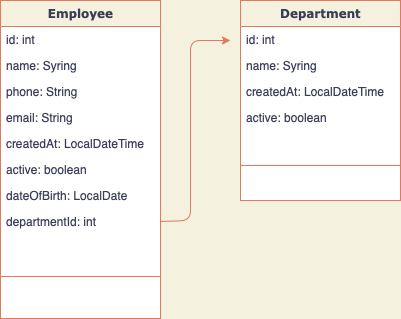
Above: images/EmployeeServiceModel.png in tatianaburii/employee-service (draw.io), before the change. Source tidied: cells renumbered, new cells last; positions are measured from the earlier drawing's top-left corner, leaving out a move shared by most shapes.
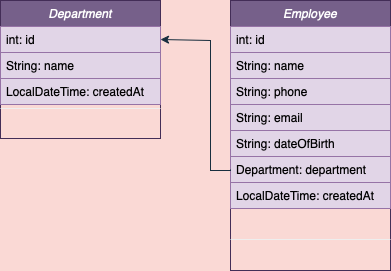
Later version of the same file.

Change to the diagram source:
```diff
@@ -1,63 +1,57 @@
-<mxGraphModel background="#F4F1DE">
+<mxGraphModel background="#FAD9D5">
   <root>
-    <mxCell id="0" />
-    <mxCell id="1" parent="0" />
+    <mxCell id="19" />
+    <mxCell id="20" parent="19" />
-    <mxCell id="2" value="Department" style="swimlane;html=1;fontStyle=1;align=center;verticalAlign=top;horizontal=1;startSize=26;swimlaneFillColor=#ffffff;rounded=0;shadow=0;comic=0;labelBackgroundColor=none;strokeWidth=1;fillColor=none;fontFamily=Verdana;fontSize=12;strokeColor=#E07A5F;fontColor=#393C56;" parent="1" vertex="1">
-      <mxGeometry x="240" width="160" height="200" as="geometry" />
+    <mxCell id="2" value="Department" style="swimlane;fontStyle=2;align=center;verticalAlign=top;horizontal=1;startSize=26;rounded=0;shadow=0;strokeWidth=1;fillColor=#76608a;strokeColor=#432D57;fontColor=#ffffff;" parent="20" vertex="1">
+      <mxGeometry x="70" y="50" width="160" height="138" as="geometry" />
     </mxCell>
-    <mxCell id="3" value="id: int" style="text;html=1;strokeColor=none;fillColor=none;align=left;verticalAlign=top;spacingLeft=4;spacingRight=4;whiteSpace=wrap;overflow=hidden;fontColor=#393C56;" parent="2" vertex="1">
-      <mxGeometry y="26" width="160" height="26" as="geometry" />
-    </mxCell>
-    <mxCell id="4" value="name: Syring" style="text;html=1;strokeColor=none;fillColor=none;align=left;verticalAlign=top;spacingLeft=4;spacingRight=4;whiteSpace=wrap;overflow=hidden;fontColor=#393C56;" parent="2" vertex="1">
-      <mxGeometry y="52" width="160" height="26" as="geometry" />
-    </mxCell>
-    <mxCell id="5" value="createdAt: LocalDateTime" style="text;html=1;strokeColor=none;fillColor=none;align=left;verticalAlign=top;spacingLeft=4;spacingRight=4;whiteSpace=wrap;overflow=hidden;fontColor=#393C56;" parent="2" vertex="1">
-      <mxGeometry y="78" width="160" height="26" as="geometry" />
-    </mxCell>
-    <mxCell id="6" value="active: boolean" style="text;html=1;strokeColor=none;fillColor=none;align=left;verticalAlign=top;spacingLeft=4;spacingRight=4;whiteSpace=wrap;overflow=hidden;fontColor=#393C56;" parent="2" vertex="1">
-      <mxGeometry y="104" width="160" height="26" as="geometry" />
-    </mxCell>
-    <mxCell id="7" style="line;html=1;strokeWidth=1;fillColor=none;align=left;verticalAlign=middle;spacingTop=-1;spacingLeft=3;spacingRight=3;labelPosition=right;labelBackgroundColor=#F4F1DE;strokeColor=#E07A5F;fontColor=#393C56;" parent="2" vertex="1">
-      <mxGeometry y="130" width="160" height="70" as="geometry" />
-    </mxCell>
+    <mxCell id="21" value="int: id" style="text;align=left;verticalAlign=top;spacingLeft=4;spacingRight=4;overflow=hidden;points=[[0,0.5],[1,0.5]];portConstraint=eastwest;rounded=0;fillColor=#e1d5e7;strokeColor=#9673a6;" parent="2" vertex="1">
+      <mxGeometry y="26" width="160" height="26" as="geometry" />
+    </mxCell>
+    <mxCell id="22" value="String: name" style="text;align=left;verticalAlign=top;spacingLeft=4;spacingRight=4;overflow=hidden;rounded=0;shadow=0;html=0;fillColor=#e1d5e7;strokeColor=#9673a6;" parent="2" vertex="1">
+      <mxGeometry y="52" width="160" height="26" as="geometry" />
+    </mxCell>
+    <mxCell id="23" value="LocalDateTime: createdAt" style="text;align=left;verticalAlign=top;spacingLeft=4;spacingRight=4;overflow=hidden;rounded=0;shadow=0;html=0;fillColor=#e1d5e7;strokeColor=#9673a6;" parent="2" vertex="1">
+      <mxGeometry y="78" width="160" height="26" as="geometry" />
+    </mxCell>
+    <mxCell id="24" style="line;html=1;strokeWidth=1;align=left;verticalAlign=middle;spacingTop=-1;spacingLeft=3;spacingRight=3;labelPosition=right;fillColor=#56517E;strokeColor=#EEEEEE;fontColor=#FFFFFF;labelBackgroundColor=#FAD9D5;rounded=0;" parent="2" vertex="1">
+      <mxGeometry y="104" width="160" height="8" as="geometry" />
+    </mxCell>
-    <mxCell id="8" value="Employee" style="swimlane;html=1;fontStyle=1;align=center;verticalAlign=top;horizontal=1;startSize=26;swimlaneFillColor=#ffffff;rounded=0;shadow=0;comic=0;labelBackgroundColor=none;strokeWidth=1;fillColor=none;fontFamily=Verdana;fontSize=12;strokeColor=#E07A5F;fontColor=#393C56;" parent="1" vertex="1">
-      <mxGeometry width="160" height="318" as="geometry" />
+    <mxCell id="8" value="Employee" style="swimlane;fontStyle=2;align=center;verticalAlign=top;horizontal=1;startSize=26;rounded=0;shadow=0;strokeWidth=1;fillColor=#76608a;strokeColor=#432D57;fontColor=#ffffff;" parent="20" vertex="1">
+      <mxGeometry x="300" y="50" width="160" height="270" as="geometry" />
     </mxCell>
-    <mxCell id="9" value="id: int" style="text;html=1;strokeColor=none;fillColor=none;align=left;verticalAlign=top;spacingLeft=4;spacingRight=4;whiteSpace=wrap;overflow=hidden;fontColor=#393C56;" parent="8" vertex="1">
-      <mxGeometry y="26" width="160" height="26" as="geometry" />
-    </mxCell>
-    <mxCell id="10" value="name: Syring" style="text;html=1;strokeColor=none;fillColor=none;align=left;verticalAlign=top;spacingLeft=4;spacingRight=4;whiteSpace=wrap;overflow=hidden;fontColor=#393C56;" parent="8" vertex="1">
-      <mxGeometry y="52" width="160" height="26" as="geometry" />
-    </mxCell>
-    <mxCell id="11" value="phone: String" style="text;html=1;strokeColor=none;fillColor=none;align=left;verticalAlign=top;spacingLeft=4;spacingRight=4;whiteSpace=wrap;overflow=hidden;fontColor=#393C56;" parent="8" vertex="1">
-      <mxGeometry y="78" width="160" height="26" as="geometry" />
-    </mxCell>
-    <mxCell id="12" value="email: String" style="text;html=1;strokeColor=none;fillColor=none;align=left;verticalAlign=top;spacingLeft=4;spacingRight=4;whiteSpace=wrap;overflow=hidden;fontColor=#393C56;" parent="8" vertex="1">
-      <mxGeometry y="104" width="160" height="26" as="geometry" />
-    </mxCell>
-    <mxCell id="13" value="createdAt: LocalDateTime" style="text;html=1;strokeColor=none;fillColor=none;align=left;verticalAlign=top;spacingLeft=4;spacingRight=4;whiteSpace=wrap;overflow=hidden;fontColor=#393C56;" parent="8" vertex="1">
-      <mxGeometry y="130" width="160" height="26" as="geometry" />
-    </mxCell>
-    <mxCell id="14" value="active: boolean" style="text;html=1;strokeColor=none;fillColor=none;align=left;verticalAlign=top;spacingLeft=4;spacingRight=4;whiteSpace=wrap;overflow=hidden;fontColor=#393C56;" parent="8" vertex="1">
-      <mxGeometry y="156" width="160" height="26" as="geometry" />
-    </mxCell>
-    <mxCell id="15" value="dateOfBirth: LocalDate" style="text;html=1;strokeColor=none;fillColor=none;align=left;verticalAlign=top;spacingLeft=4;spacingRight=4;whiteSpace=wrap;overflow=hidden;fontColor=#393C56;" parent="8" vertex="1">
-      <mxGeometry y="182" width="160" height="26" as="geometry" />
-    </mxCell>
-    <mxCell id="16" value="departmentId: int" style="text;html=1;strokeColor=none;fillColor=none;align=left;verticalAlign=top;spacingLeft=4;spacingRight=4;whiteSpace=wrap;overflow=hidden;points=[[0,0.5],[1,0.5]];portConstraint=eastwest;fontColor=#393C56;" parent="8" vertex="1">
-      <mxGeometry y="208" width="160" height="26" as="geometry" />
-    </mxCell>
-    <mxCell id="17" style="line;html=1;strokeWidth=1;fillColor=none;align=left;verticalAlign=middle;spacingTop=-1;spacingLeft=3;spacingRight=3;labelPosition=right;labelBackgroundColor=#F4F1DE;strokeColor=#E07A5F;fontColor=#393C56;" parent="8" vertex="1">
-      <mxGeometry y="234" width="160" height="84" as="geometry" />
-    </mxCell>
-    <mxCell id="18" style="endArrow=classic;html=1;rounded=1;sketch=0;fontColor=#393C56;strokeColor=#E07A5F;fillColor=#F2CC8F;curved=0;exitX=1;exitY=0.5;exitDx=0;exitDy=0;" parent="1" edge="1" source="16">
-      <mxGeometry relative="1" as="geometry">
-        <mxPoint x="230" y="40" as="targetPoint" />
-        <Array as="points">
-          <mxPoint x="190" y="220" />
-          <mxPoint x="190" y="40" />
-        </Array>
-      </mxGeometry>
-    </mxCell>
+    <mxCell id="25" value="int: id" style="text;align=left;verticalAlign=top;spacingLeft=4;spacingRight=4;overflow=hidden;rounded=0;fillColor=#e1d5e7;strokeColor=#9673a6;" parent="8" vertex="1">
+      <mxGeometry y="26" width="160" height="26" as="geometry" />
+    </mxCell>
+    <mxCell id="26" value="String: name" style="text;align=left;verticalAlign=top;spacingLeft=4;spacingRight=4;overflow=hidden;rounded=0;shadow=0;html=0;fillColor=#e1d5e7;strokeColor=#9673a6;" parent="8" vertex="1">
+      <mxGeometry y="52" width="160" height="26" as="geometry" />
+    </mxCell>
+    <mxCell id="27" value="String: phone" style="text;align=left;verticalAlign=top;spacingLeft=4;spacingRight=4;overflow=hidden;rounded=0;shadow=0;html=0;fillColor=#e1d5e7;strokeColor=#9673a6;" parent="8" vertex="1">
+      <mxGeometry y="78" width="160" height="26" as="geometry" />
+    </mxCell>
+    <mxCell id="28" value="String: email" style="text;align=left;verticalAlign=top;spacingLeft=4;spacingRight=4;overflow=hidden;rounded=0;shadow=0;html=0;fillColor=#e1d5e7;strokeColor=#9673a6;" parent="8" vertex="1">
+      <mxGeometry y="104" width="160" height="26" as="geometry" />
+    </mxCell>
+    <mxCell id="29" value="String: dateOfBirth" style="text;align=left;verticalAlign=top;spacingLeft=4;spacingRight=4;overflow=hidden;rounded=0;shadow=0;html=0;fillColor=#e1d5e7;strokeColor=#9673a6;" parent="8" vertex="1">
+      <mxGeometry y="130" width="160" height="26" as="geometry" />
+    </mxCell>
+    <mxCell id="30" value="Department: department" style="text;align=left;verticalAlign=top;spacingLeft=4;spacingRight=4;overflow=hidden;points=[[0,0.5],[1,0.5]];portConstraint=eastwest;rounded=0;shadow=0;html=0;fillColor=#e1d5e7;strokeColor=#9673a6;" parent="8" vertex="1">
+      <mxGeometry y="156" width="160" height="26" as="geometry" />
+    </mxCell>
+    <mxCell id="31" value="LocalDateTime: createdAt" style="text;align=left;verticalAlign=top;spacingLeft=4;spacingRight=4;overflow=hidden;rounded=0;shadow=0;html=0;fillColor=#e1d5e7;strokeColor=#9673a6;" parent="8" vertex="1">
+      <mxGeometry y="182" width="160" height="26" as="geometry" />
+    </mxCell>
+    <mxCell id="32" style="line;html=1;strokeWidth=1;align=left;verticalAlign=middle;spacingTop=-1;spacingLeft=3;spacingRight=3;labelPosition=right;fillColor=#56517E;strokeColor=#EEEEEE;fontColor=#FFFFFF;labelBackgroundColor=#FAD9D5;rounded=0;" parent="8" vertex="1">
+      <mxGeometry y="208" width="160" height="62" as="geometry" />
+    </mxCell>
+    <mxCell id="33" style="edgeStyle=orthogonalEdgeStyle;rounded=0;jettySize=auto;html=1;exitX=0;exitY=0.5;exitDx=0;exitDy=0;entryX=1;entryY=0.5;entryDx=0;entryDy=0;strokeColor=#182E3E;labelBackgroundColor=#FAD9D5;" parent="20" edge="1" source="30" target="21">
+      <mxGeometry relative="1" as="geometry">
+        <Array as="points">
+          <mxPoint x="300" y="220" />
+          <mxPoint x="280" y="220" />
+          <mxPoint x="280" y="90" />
+        </Array>
+      </mxGeometry>
+    </mxCell>
   </root>
 </mxGraphModel>
```
